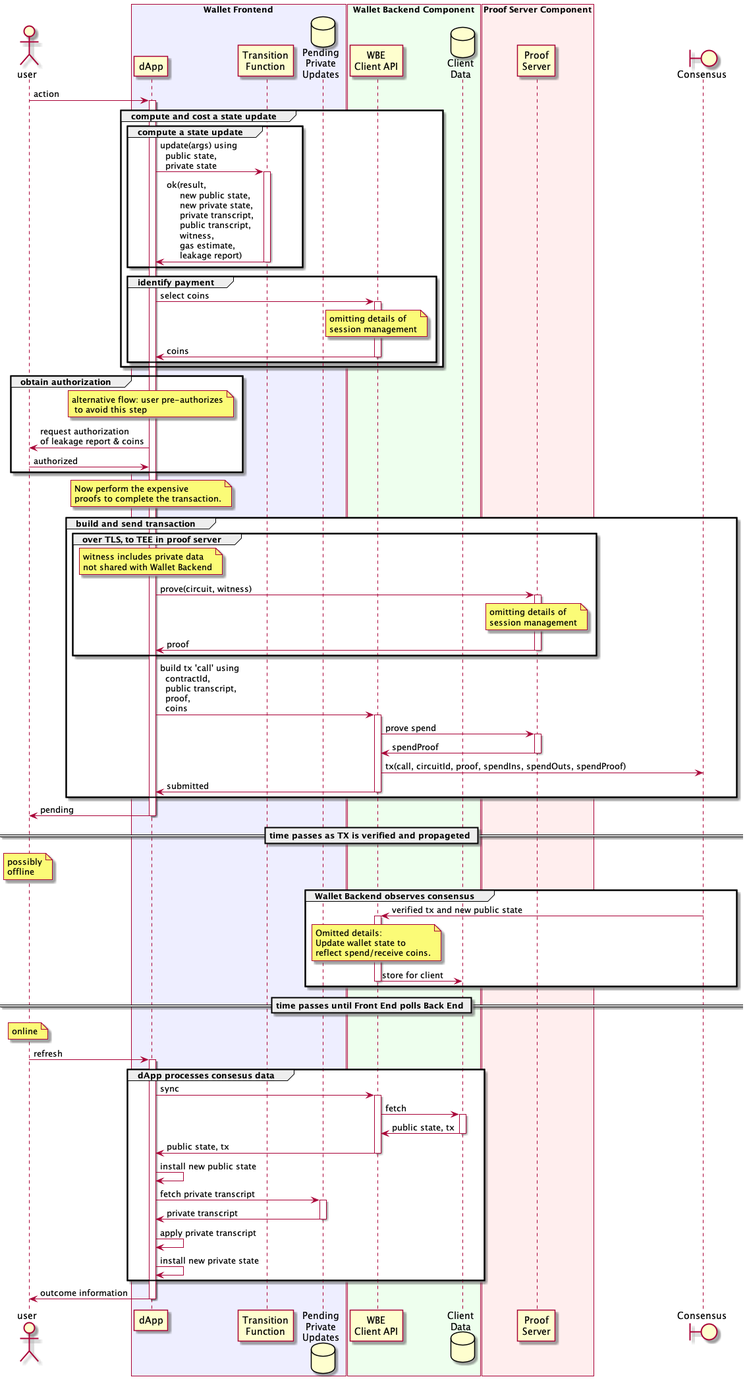
Before: user-flows/dapp-user/call-tx-overview.png, a diagram exported from PlantUML (midnightntwrk/midnight-architecture).
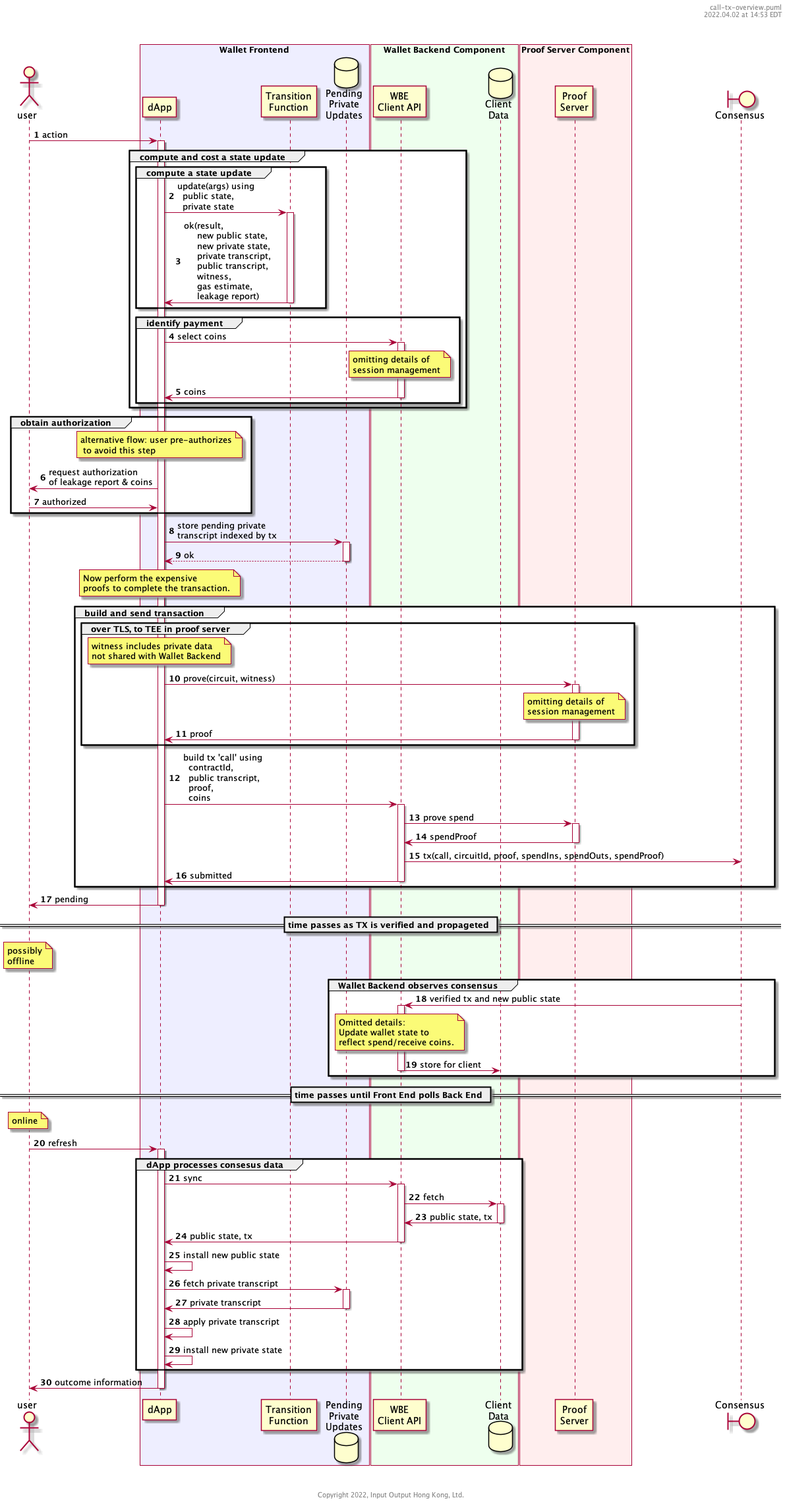
Later version of the same file.

Commit message:
header/footer added.  store private-state transcript.

Diff of the diagram source:
```diff
@@ -1,4 +1,6 @@
 @startuml
+autonumber
+header %filename()\n%date("yyyy.MM.dd' at 'HH:mm z")\n\n\n
 
 actor user
 
@@ -46,6 +48,9 @@
                         dapp -> user : request authorization\nof leakage report & coins
                         user -> dapp : authorized
                 end
+
+        dapp -> pending ++ : store pending private\ntranscript indexed by tx
+        return ok
 
 
                 note over dapp: Now perform the expensive\nproofs to complete the transaction.
@@ -119,5 +124,6 @@
         deactivate dapp
 
 
+footer \n\n\nCopyright %date("yyyy"), Input Output Hong Kong, Ltd.
 
 @enduml
```
